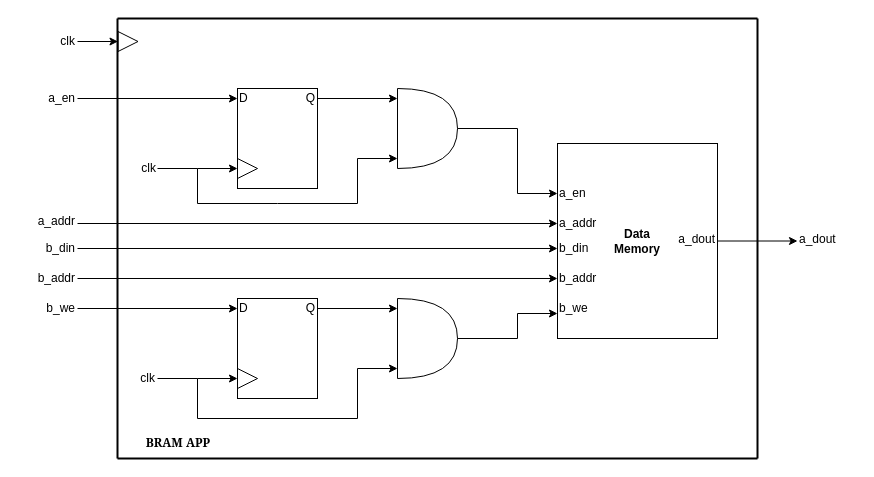
Jacksurfer2005/SummerInternshipPorject keeps this draw.io diagram as images/LDP_DECODER.drawio. Above is the earlier version. Source tidied: cells renumbered, new cells numbered last; positions are measured from the earlier drawing's top-left corner, leaving out a move shared by most shapes. Both pictures are drawn from the tidied source at 100%, with x=0, y=0 at pixel (17, 18).
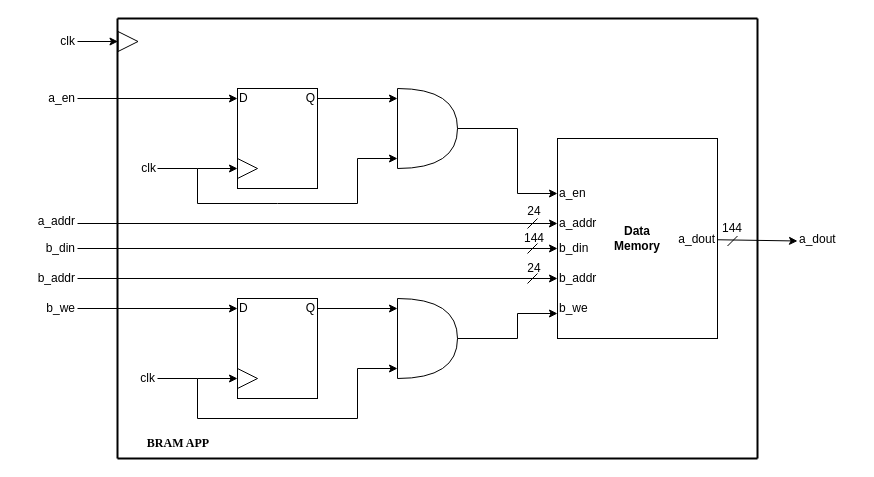
After the change.

Commit message (it also covers changes not shown here):
update_bram_app

Diff of the diagram source:
```diff
@@
     <mxCell id="13" value="&lt;b&gt;Data&lt;/b&gt;&lt;div&gt;&lt;b&gt;Memory&lt;/b&gt;&lt;/div&gt;" style="rounded=0;whiteSpace=wrap;html=1;strokeColor=default;align=center;verticalAlign=middle;fontFamily=Helvetica;fontSize=12;fontColor=default;fillColor=none;" parent="1" vertex="1">
-      <mxGeometry x="540" y="125" width="160" height="195" as="geometry" />
+      <mxGeometry x="540" y="120" width="160" height="200" as="geometry" />
     </mxCell>
@@
-    <mxCell id="48" value="&lt;b&gt;BRAM APP&lt;/b&gt;" style="text;html=1;whiteSpace=wrap;strokeColor=none;fillColor=none;align=center;verticalAlign=middle;rounded=0;fontFamily=Georgia;fontSize=12;fontColor=default;" parent="1" vertex="1">
+    <mxCell id="48" value="&lt;b&gt;BRAM APP&lt;/b&gt;" style="text;html=1;whiteSpace=wrap;strokeColor=none;fillColor=none;align=center;verticalAlign=middle;rounded=0;fontFamily=Times New Roman;fontSize=12;fontColor=default;" parent="1" vertex="1">
       <mxGeometry x="100.5" y="410" width="119.5" height="30" as="geometry" />
     </mxCell>
+    <mxCell id="49" style="endArrow=none;html=1;rounded=0;strokeColor=default;strokeWidth=1;align=center;verticalAlign=middle;fontFamily=Helvetica;fontSize=12;fontColor=default;labelBackgroundColor=default;" parent="1" edge="1">
+      <mxGeometry relative="1" as="geometry">
+        <mxPoint x="510" y="210" as="sourcePoint" />
+        <mxPoint x="520" y="200" as="targetPoint" />
+      </mxGeometry>
+    </mxCell>
+    <mxCell id="50" style="endArrow=none;html=1;rounded=0;strokeColor=default;strokeWidth=1;align=center;verticalAlign=middle;fontFamily=Helvetica;fontSize=12;fontColor=default;labelBackgroundColor=default;" parent="1" edge="1">
+      <mxGeometry relative="1" as="geometry">
+        <mxPoint x="510" y="265" as="sourcePoint" />
+        <mxPoint x="520" y="255" as="targetPoint" />
+      </mxGeometry>
+    </mxCell>
+    <mxCell id="51" style="endArrow=none;html=1;rounded=0;strokeColor=default;strokeWidth=1;align=center;verticalAlign=middle;fontFamily=Helvetica;fontSize=12;fontColor=default;labelBackgroundColor=default;" parent="1" edge="1">
+      <mxGeometry relative="1" as="geometry">
+        <mxPoint x="510" y="235" as="sourcePoint" />
+        <mxPoint x="520" y="225" as="targetPoint" />
+      </mxGeometry>
+    </mxCell>
+    <mxCell id="52" style="endArrow=none;html=1;rounded=0;strokeColor=default;strokeWidth=1;align=center;verticalAlign=middle;fontFamily=Helvetica;fontSize=12;fontColor=default;labelBackgroundColor=default;" parent="1" edge="1">
+      <mxGeometry relative="1" as="geometry">
+        <mxPoint x="710" y="227.5" as="sourcePoint" />
+        <mxPoint x="720" y="217.5" as="targetPoint" />
+      </mxGeometry>
+    </mxCell>
+    <mxCell id="53" value="24" style="text;html=1;whiteSpace=wrap;strokeColor=none;fillColor=none;align=center;verticalAlign=middle;rounded=0;fontFamily=Helvetica;fontSize=12;fontColor=default;" parent="1" vertex="1">
+      <mxGeometry x="487" y="177.5" width="60" height="30" as="geometry" />
+    </mxCell>
+    <mxCell id="54" value="24" style="text;html=1;whiteSpace=wrap;strokeColor=none;fillColor=none;align=center;verticalAlign=middle;rounded=0;fontFamily=Helvetica;fontSize=12;fontColor=default;" parent="1" vertex="1">
+      <mxGeometry x="487" y="235" width="60" height="30" as="geometry" />
+    </mxCell>
+    <mxCell id="55" value="144" style="text;html=1;whiteSpace=wrap;strokeColor=none;fillColor=none;align=center;verticalAlign=middle;rounded=0;fontFamily=Helvetica;fontSize=12;fontColor=default;" parent="1" vertex="1">
+      <mxGeometry x="487" y="205" width="60" height="30" as="geometry" />
+    </mxCell>
+    <mxCell id="56" value="144" style="text;html=1;whiteSpace=wrap;strokeColor=none;fillColor=none;align=center;verticalAlign=middle;rounded=0;fontFamily=Helvetica;fontSize=12;fontColor=default;" parent="1" vertex="1">
+      <mxGeometry x="685" y="195" width="60" height="30" as="geometry" />
+    </mxCell>
```
